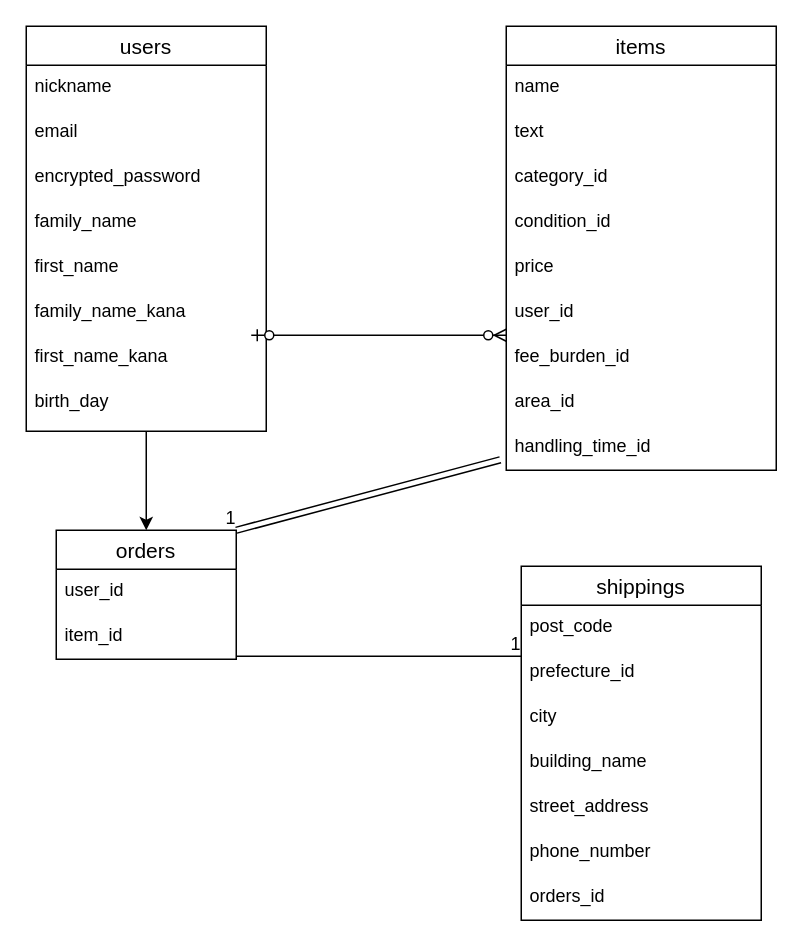
aryu-shan/furima-39943 keeps this draw.io diagram as furima.dio. Above is the earlier version. Source tidied: cells renumbered, new cells numbered last; positions are measured from the earlier drawing's top-left corner, leaving out a move shared by most shapes. Both pictures are drawn from the tidied source at 150%, with x=0, y=0 at pixel (26, 26).
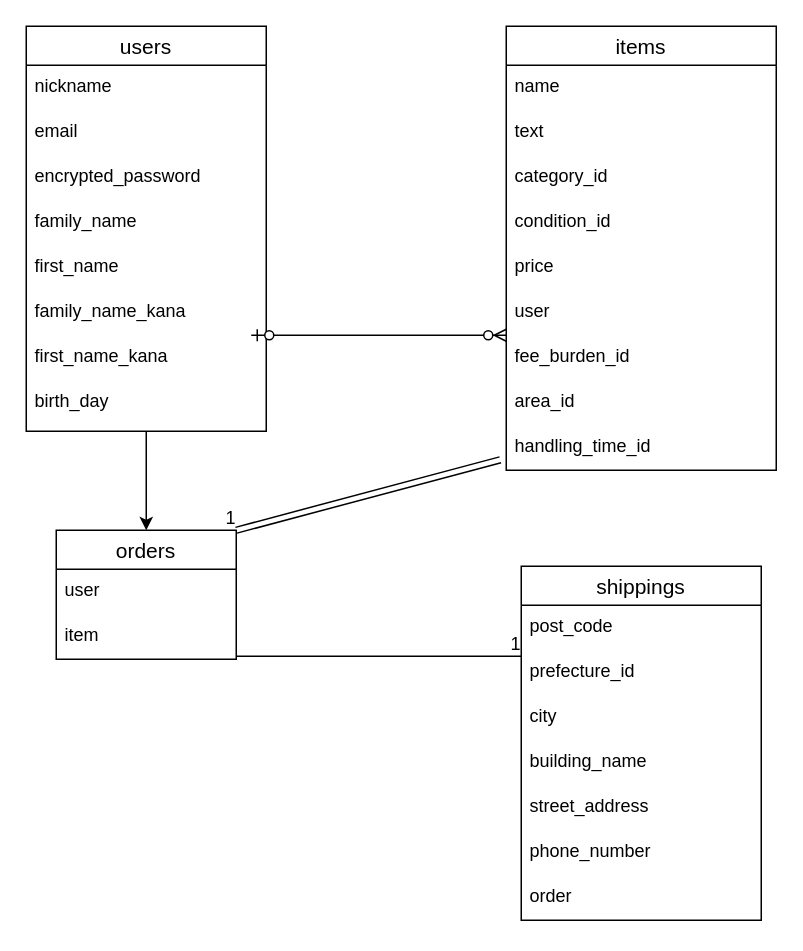
The same diagram, later.

Commit message (it also covers changes not shown here):
データベース設計（3回目修正）

Unchanged cells that the change refers to:
```xml
<mxCell id="12" value="items" style="swimlane;fontStyle=0;horizontal=1;startSize=26;align=center;fontSize=14;" parent="1" vertex="1">
  <mxGeometry x="320" width="180" height="296" as="geometry" />
</mxCell>
<mxCell id="22" value="shippings" style="swimlane;fontStyle=0;horizontal=1;startSize=26;align=center;fontSize=14;" parent="1" vertex="1">
  <mxGeometry x="330" y="360" width="160" height="236" as="geometry" />
</mxCell>
<mxCell id="30" value="orders" style="swimlane;fontStyle=0;horizontal=1;startSize=26;align=center;fontSize=14;" parent="1" vertex="1">
  <mxGeometry x="20" y="336" width="120" height="86" as="geometry" />
</mxCell>
```

What changed in the source:
```diff
@@
-    <mxCell id="18" value="user_id" style="text;strokeColor=none;fillColor=none;spacingLeft=4;spacingRight=4;overflow=hidden;fontSize=12;" parent="12" vertex="1">
+    <mxCell id="18" value="user" style="text;strokeColor=none;fillColor=none;spacingLeft=4;spacingRight=4;overflow=hidden;fontSize=12;" parent="12" vertex="1">
       <mxGeometry y="176" width="180" height="30" as="geometry" />
     </mxCell>
@@
-    <mxCell id="29" value="orders_id " style="text;strokeColor=none;fillColor=none;spacingLeft=4;spacingRight=4;overflow=hidden;fontSize=12;" parent="22" vertex="1">
+    <mxCell id="29" value="order" style="text;strokeColor=none;fillColor=none;spacingLeft=4;spacingRight=4;overflow=hidden;fontSize=12;" parent="22" vertex="1">
       <mxGeometry y="206" width="160" height="30" as="geometry" />
     </mxCell>
@@
-    <mxCell id="31" value="user_id" style="text;strokeColor=none;fillColor=none;spacingLeft=4;spacingRight=4;overflow=hidden;fontSize=12;" parent="30" vertex="1">
+    <mxCell id="31" value="user" style="text;strokeColor=none;fillColor=none;spacingLeft=4;spacingRight=4;overflow=hidden;fontSize=12;" parent="30" vertex="1">
       <mxGeometry y="26" width="120" height="30" as="geometry" />
     </mxCell>
-    <mxCell id="32" value="item_id" style="text;strokeColor=none;fillColor=none;spacingLeft=4;spacingRight=4;overflow=hidden;fontSize=12;" parent="30" vertex="1">
+    <mxCell id="32" value="item" style="text;strokeColor=none;fillColor=none;spacingLeft=4;spacingRight=4;overflow=hidden;fontSize=12;" parent="30" vertex="1">
       <mxGeometry y="56" width="120" height="30" as="geometry" />
     </mxCell>
```
